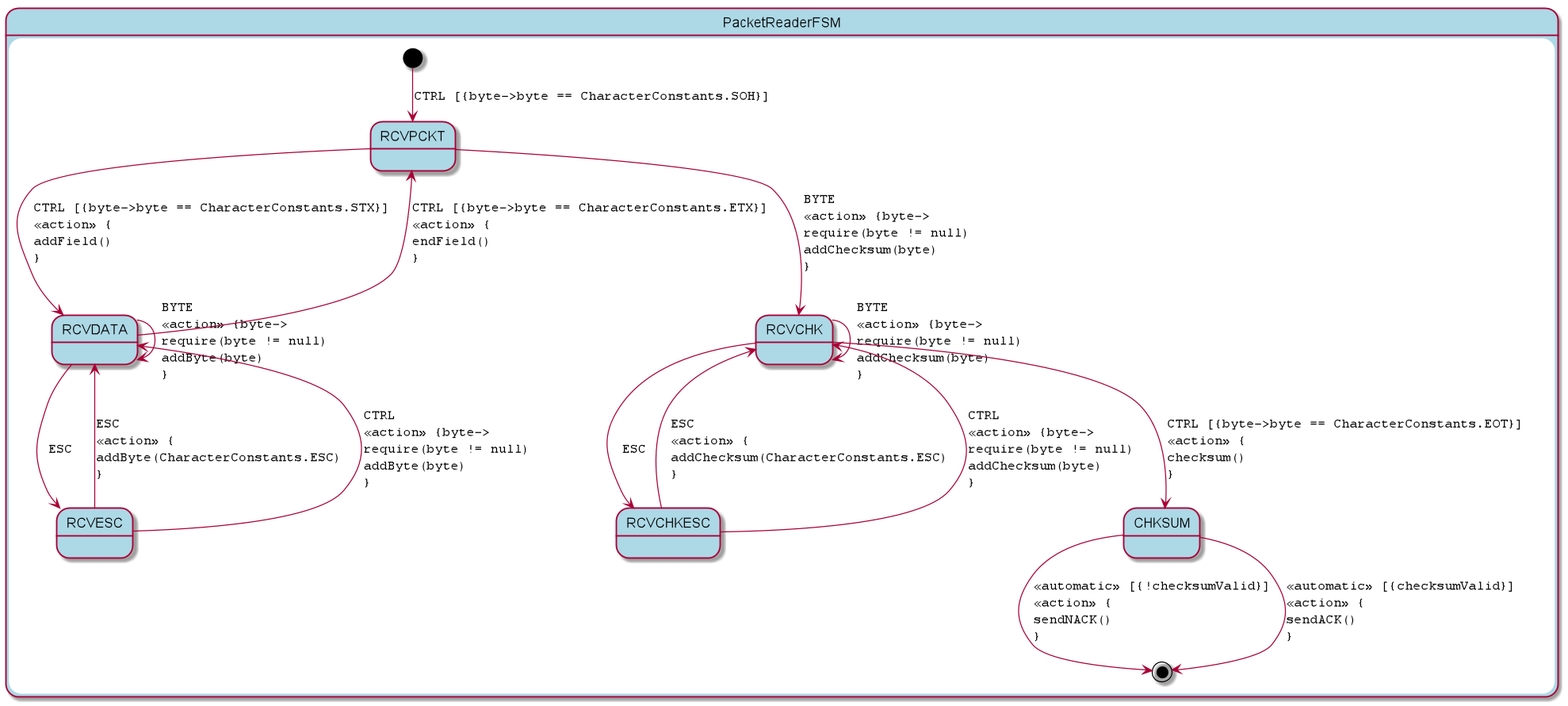
Earlier version of the PlantUML export src/docs/asciidoc/packet_reader_detail.png (open-jumpco/kfsm).
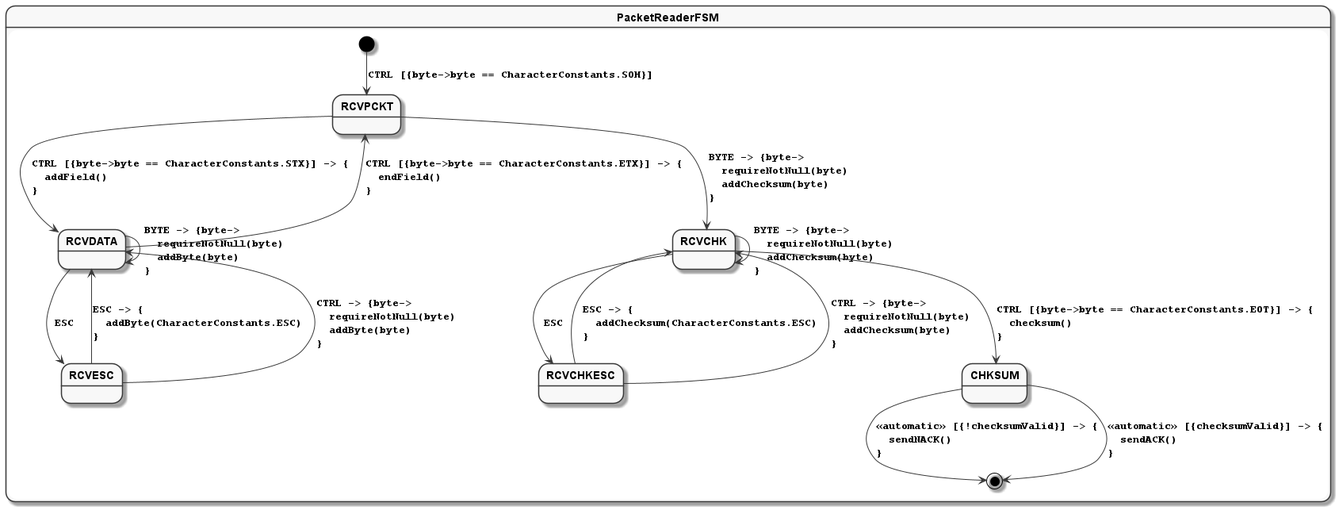
Above is the later version.

Change to the diagram source:
```diff
@@ -1,24 +1,27 @@
 @startuml
+skinparam monochrome true
 skinparam StateFontName Helvetica
 skinparam defaultFontName Monospaced
+skinparam defaultFontStyle Bold
 skinparam state {
-    BackgroundColor LightBlue
+    FontColor Black
+    FontStyle Bold
 }
 state PacketReaderFSM {
 [*] --> RCVPCKT : CTRL [{byte->byte == CharacterConstants.SOH}]
-RCVPCKT --> RCVDATA : CTRL [{byte->byte == CharacterConstants.STX}]\l<<action>> {\laddField()\l}
-RCVPCKT --> RCVCHK : BYTE\l<<action>> {byte->\lrequire(byte != null)\laddChecksum(byte)\l}
-RCVDATA --> RCVDATA : BYTE\l<<action>> {byte->\lrequire(byte != null)\laddByte(byte)\l}
-RCVDATA --> RCVPCKT : CTRL [{byte->byte == CharacterConstants.ETX}]\l<<action>> {\lendField()\l}
+RCVPCKT --> RCVDATA : CTRL [{byte->byte == CharacterConstants.STX}] -> {\l  addField()\l}
+RCVPCKT --> RCVCHK : BYTE -> {byte->\l  requireNotNull(byte)\l  addChecksum(byte)\l}
+RCVDATA --> RCVDATA : BYTE -> {byte->\l  requireNotNull(byte)\l  addByte(byte)\l}
+RCVDATA --> RCVPCKT : CTRL [{byte->byte == CharacterConstants.ETX}] -> {\l  endField()\l}
 RCVDATA --> RCVESC : ESC
-RCVESC --> RCVDATA : ESC\l<<action>> {\laddByte(CharacterConstants.ESC)\l}
-RCVESC --> RCVDATA : CTRL\l<<action>> {byte->\lrequire(byte != null)\laddByte(byte)\l}
-RCVCHK --> RCVCHK : BYTE\l<<action>> {byte->\lrequire(byte != null)\laddChecksum(byte)\l}
+RCVESC --> RCVDATA : ESC -> {\l  addByte(CharacterConstants.ESC)\l}
+RCVESC --> RCVDATA : CTRL -> {byte->\l  requireNotNull(byte)\l  addByte(byte)\l}
+RCVCHK --> RCVCHK : BYTE -> {byte->\l  requireNotNull(byte)\l  addChecksum(byte)\l}
 RCVCHK --> RCVCHKESC : ESC
-RCVCHK --> CHKSUM : CTRL [{byte->byte == CharacterConstants.EOT}]\l<<action>> {\lchecksum()\l}
-CHKSUM --> [*] : <<automatic>> [{!checksumValid}]\l<<action>> {\lsendNACK()\l}
-CHKSUM --> [*] : <<automatic>> [{checksumValid}]\l<<action>> {\lsendACK()\l}
-RCVCHKESC --> RCVCHK : ESC\l<<action>> {\laddChecksum(CharacterConstants.ESC)\l}
-RCVCHKESC --> RCVCHK : CTRL\l<<action>> {byte->\lrequire(byte != null)\laddChecksum(byte)\l}
+RCVCHK --> CHKSUM : CTRL [{byte->byte == CharacterConstants.EOT}] -> {\l  checksum()\l}
+CHKSUM --> [*] : <<automatic>> [{!checksumValid}] -> {\l  sendNACK()\l}
+CHKSUM --> [*] : <<automatic>> [{checksumValid}] -> {\l  sendACK()\l}
+RCVCHKESC --> RCVCHK : ESC -> {\l  addChecksum(CharacterConstants.ESC)\l}
+RCVCHKESC --> RCVCHK : CTRL -> {byte->\l  requireNotNull(byte)\l  addChecksum(byte)\l}
 }
 @enduml
```
